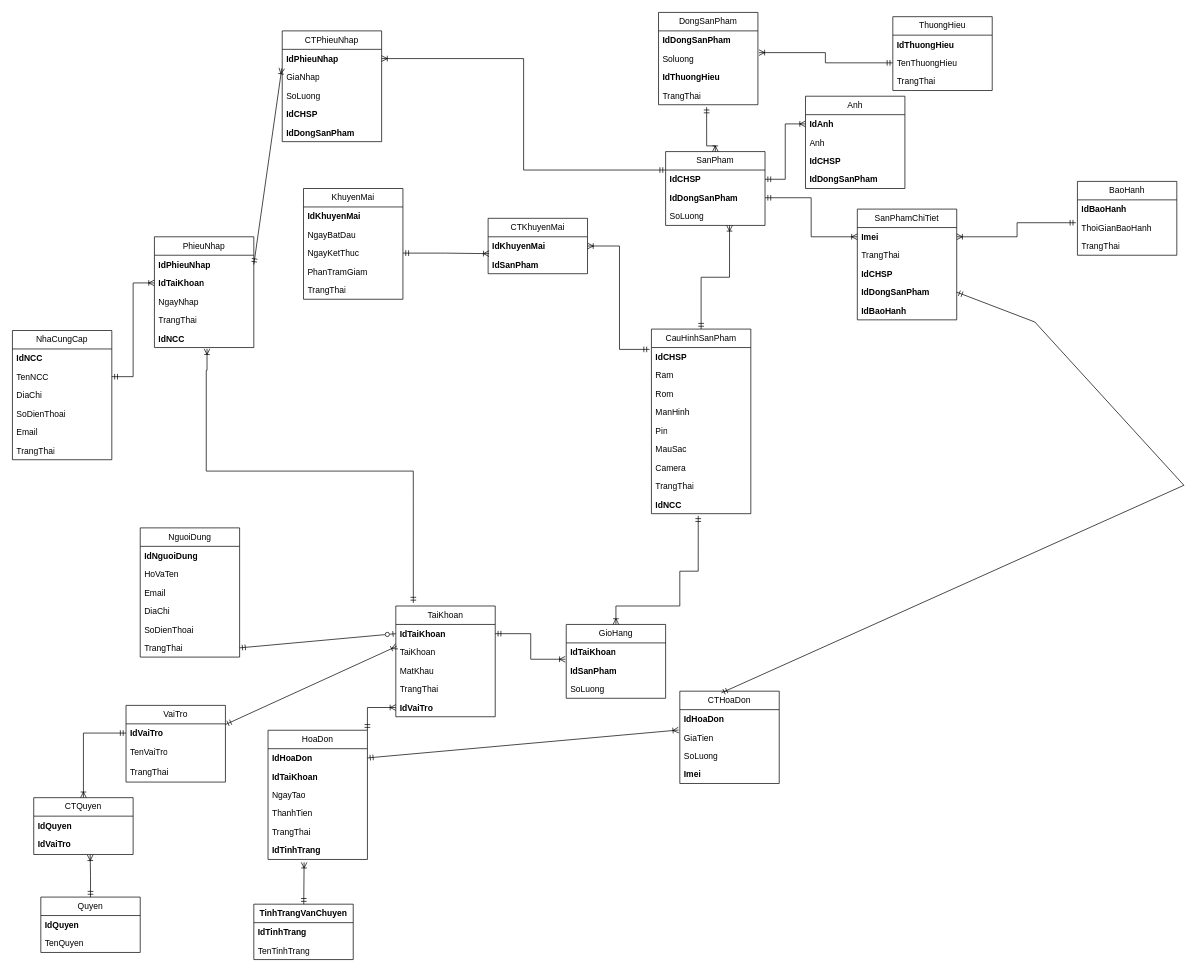
This is erd/CSDL.drawio from DBPCod/Web-NangCao, a draw.io file, before an edit. Source tidied: cells renumbered, new cells numbered last; positions are measured from the earlier drawing's top-left corner, leaving out a move shared by most shapes. Both pictures are drawn from the tidied source at 71%, with x=0, y=0 at pixel (12, 12).
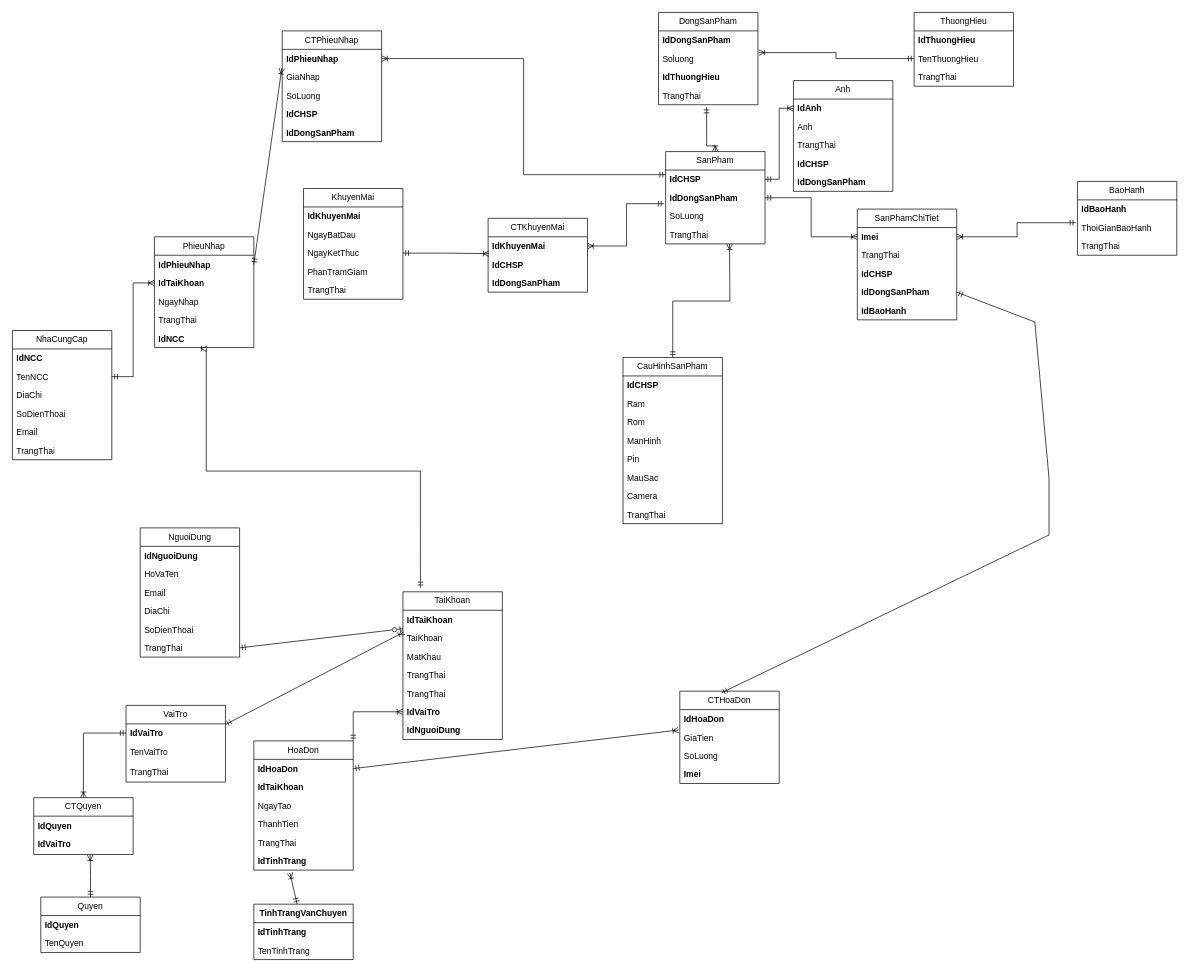
Above is the later version.

Unchanged cells that the change refers to:
```xml
<mxCell id="3" value="IdTaiKhoan" style="text;strokeColor=none;fillColor=none;align=left;verticalAlign=top;spacingLeft=4;spacingRight=4;overflow=hidden;points=[[0,0.5],[1,0.5]];portConstraint=eastwest;whiteSpace=wrap;html=1;fontStyle=1;" parent="2" vertex="1">
  <mxGeometry y="26" width="140" height="26" as="geometry" />
</mxCell>
<mxCell id="11" value="IdCHSP" style="text;strokeColor=none;fillColor=none;align=left;verticalAlign=top;spacingLeft=4;spacingRight=4;overflow=hidden;points=[[0,0.5],[1,0.5]];portConstraint=eastwest;whiteSpace=wrap;html=1;fontStyle=1;" parent="10" vertex="1">
  <mxGeometry y="26" width="140" height="26" as="geometry" />
</mxCell>
<mxCell id="29" value="CTHoaDon" style="swimlane;fontStyle=0;horizontal=1;startSize=26;fillColor=none;whiteSpace=wrap;html=1;" parent="1" vertex="1">
  <mxGeometry x="940" y="956" width="140" height="130" as="geometry" />
</mxCell>
<mxCell id="99" value="IdDongSanPham" style="text;strokeColor=none;fillColor=none;align=left;verticalAlign=top;spacingLeft=4;spacingRight=4;overflow=hidden;points=[[0,0.5],[1,0.5]];portConstraint=eastwest;whiteSpace=wrap;html=1;fontStyle=1;" parent="95" vertex="1">
  <mxGeometry y="104" width="140" height="26" as="geometry" />
</mxCell>
<mxCell id="108" value="IdKhuyenMai" style="text;strokeColor=none;fillColor=none;align=left;verticalAlign=top;spacingLeft=4;spacingRight=4;overflow=hidden;points=[[0,0.5],[1,0.5]];portConstraint=eastwest;whiteSpace=wrap;html=1;fontStyle=1;" parent="107" vertex="1">
  <mxGeometry y="26" width="140" height="26" as="geometry" />
</mxCell>
<mxCell id="115" value="SoLuong" style="text;strokeColor=none;fillColor=none;align=left;verticalAlign=top;spacingLeft=4;spacingRight=4;overflow=hidden;points=[[0,0.5],[1,0.5]];portConstraint=eastwest;whiteSpace=wrap;html=1;fontStyle=0;" parent="112" vertex="1">
  <mxGeometry y="78" width="140" height="26" as="geometry" />
</mxCell>
```

Diff of the diagram source:
```diff
@@
     <mxCell id="2" value="TaiKhoan" style="swimlane;fontStyle=0;horizontal=1;startSize=26;fillColor=none;whiteSpace=wrap;html=1;" parent="1" vertex="1">
-      <mxGeometry x="540" y="836" width="140" height="156" as="geometry" />
+      <mxGeometry x="550" y="816" width="140" height="208" as="geometry" />
     </mxCell>
@@
+    <mxCell id="132" value="TrangThai" style="text;strokeColor=none;fillColor=none;align=left;verticalAlign=top;spacingLeft=4;spacingRight=4;overflow=hidden;whiteSpace=wrap;html=1;" parent="2" vertex="1">
+      <mxGeometry y="130" width="140" height="26" as="geometry" />
+    </mxCell>
     <mxCell id="7" value="&lt;b&gt;IdVaiTro&lt;/b&gt;" style="text;strokeColor=none;fillColor=none;align=left;verticalAlign=top;spacingLeft=4;spacingRight=4;overflow=hidden;points=[[0,0.5],[1,0.5]];portConstraint=eastwest;whiteSpace=wrap;html=1;" parent="2" vertex="1">
-      <mxGeometry y="130" width="140" height="26" as="geometry" />
+      <mxGeometry y="156" width="140" height="26" as="geometry" />
     </mxCell>
+    <mxCell id="133" value="&lt;b&gt;IdNguoiDung&lt;/b&gt;" style="text;strokeColor=none;fillColor=none;align=left;verticalAlign=top;spacingLeft=4;spacingRight=4;overflow=hidden;whiteSpace=wrap;html=1;" parent="2" vertex="1">
+      <mxGeometry y="182" width="140" height="26" as="geometry" />
+    </mxCell>
@@
     <mxCell id="10" value="CauHinhSanPham" style="swimlane;fontStyle=0;horizontal=1;startSize=26;fillColor=none;whiteSpace=wrap;html=1;" parent="1" vertex="1">
-      <mxGeometry x="900" y="446" width="140" height="260" as="geometry" />
+      <mxGeometry x="860" y="486" width="140" height="234" as="geometry" />
     </mxCell>
@@
-    <mxCell id="19" value="IdNCC" style="text;strokeColor=none;fillColor=none;align=left;verticalAlign=top;spacingLeft=4;spacingRight=4;overflow=hidden;points=[[0,0.5],[1,0.5]];portConstraint=eastwest;whiteSpace=wrap;html=1;fontStyle=1;" parent="10" vertex="1">
-      <mxGeometry y="234" width="140" height="26" as="geometry" />
-    </mxCell>
     <mxCell id="20" style="rounded=0;jettySize=auto;html=1;entryX=0.419;entryY=0.018;entryDx=0;entryDy=0;endArrow=ERmandOne;endFill=0;startArrow=ERmandOne;startFill=0;entryPerimeter=0;exitX=1;exitY=0.5;exitDx=0;exitDy=0;" parent="1" edge="1" source="99" target="29">
       <mxGeometry relative="1" as="geometry">
         <Array as="points">
           <mxPoint x="1440" y="436" />
-          <mxPoint x="1650" y="666" />
+          <mxPoint x="1460" y="656" />
+          <mxPoint x="1460" y="736" />
         </Array>
       </mxGeometry>
     </mxCell>
@@
     <mxCell id="22" value="HoaDon" style="swimlane;fontStyle=0;horizontal=1;startSize=26;fillColor=none;whiteSpace=wrap;html=1;" parent="1" vertex="1">
-      <mxGeometry x="360" y="1011" width="140" height="182" as="geometry" />
+      <mxGeometry x="340" y="1026" width="140" height="182" as="geometry" />
     </mxCell>
@@
-    <mxCell id="80" value="GioHang" style="swimlane;fontStyle=0;horizontal=1;startSize=26;fillColor=none;whiteSpace=wrap;html=1;" parent="1" vertex="1">
-      <mxGeometry x="780" y="862" width="140" height="104" as="geometry" />
-    </mxCell>
-    <mxCell id="81" value="IdTaiKhoan" style="text;strokeColor=none;fillColor=none;align=left;verticalAlign=top;spacingLeft=4;spacingRight=4;overflow=hidden;points=[[0,0.5],[1,0.5]];portConstraint=eastwest;whiteSpace=wrap;html=1;fontStyle=1;" parent="80" vertex="1">
-      <mxGeometry y="26" width="140" height="26" as="geometry" />
-    </mxCell>
-    <mxCell id="82" value="IdSanPham" style="text;strokeColor=none;fillColor=none;align=left;verticalAlign=top;spacingLeft=4;spacingRight=4;overflow=hidden;whiteSpace=wrap;html=1;fontStyle=1;" parent="80" vertex="1">
-      <mxGeometry y="52" width="140" height="26" as="geometry" />
-    </mxCell>
-    <mxCell id="83" value="SoLuong" style="text;strokeColor=none;fillColor=none;align=left;verticalAlign=top;spacingLeft=4;spacingRight=4;overflow=hidden;whiteSpace=wrap;html=1;fontStyle=0;" parent="80" vertex="1">
-      <mxGeometry y="78" width="140" height="26" as="geometry" />
-    </mxCell>
-    <mxCell id="84" style="edgeStyle=orthogonalEdgeStyle;rounded=0;jettySize=auto;html=1;exitX=1;exitY=0.5;exitDx=0;exitDy=0;entryX=-0.01;entryY=0.885;entryDx=0;entryDy=0;entryPerimeter=0;endArrow=ERoneToMany;endFill=0;startArrow=ERmandOne;startFill=0;" parent="1" edge="1" source="3" target="81">
-      <mxGeometry relative="1" as="geometry" />
-    </mxCell>
-    <mxCell id="85" style="edgeStyle=orthogonalEdgeStyle;rounded=0;jettySize=auto;html=1;exitX=0.5;exitY=0;exitDx=0;exitDy=0;endArrow=ERmandOne;endFill=0;startArrow=ERoneToMany;startFill=0;entryX=0.471;entryY=1.114;entryDx=0;entryDy=0;entryPerimeter=0;" parent="1" edge="1" source="80" target="19">
-      <mxGeometry relative="1" as="geometry">
-        <Array as="points">
-          <mxPoint x="850" y="836" />
-          <mxPoint x="940" y="836" />
-          <mxPoint x="940" y="787" />
-        </Array>
-      </mxGeometry>
-    </mxCell>
@@
     <mxCell id="107" value="CTKhuyenMai" style="swimlane;fontStyle=0;horizontal=1;startSize=26;fillColor=none;whiteSpace=wrap;html=1;" parent="1" vertex="1">
-      <mxGeometry x="670" y="290" width="140" height="78" as="geometry" />
+      <mxGeometry x="670" y="290" width="140" height="104" as="geometry" />
     </mxCell>
@@
-    <mxCell id="109" value="IdSanPham" style="text;strokeColor=none;fillColor=none;align=left;verticalAlign=top;spacingLeft=4;spacingRight=4;overflow=hidden;whiteSpace=wrap;html=1;fontStyle=1;" parent="107" vertex="1">
+    <mxCell id="109" value="IdCHSP" style="text;strokeColor=none;fillColor=none;align=left;verticalAlign=top;spacingLeft=4;spacingRight=4;overflow=hidden;whiteSpace=wrap;html=1;fontStyle=1;" parent="107" vertex="1">
       <mxGeometry y="52" width="140" height="26" as="geometry" />
     </mxCell>
-    <mxCell id="110" style="edgeStyle=orthogonalEdgeStyle;rounded=0;jettySize=auto;html=1;exitX=1;exitY=0.5;exitDx=0;exitDy=0;entryX=-0.019;entryY=0.1;entryDx=0;entryDy=0;entryPerimeter=0;endArrow=ERmandOne;endFill=0;startArrow=ERoneToMany;startFill=0;" parent="1" edge="1" source="108" target="11">
-      <mxGeometry relative="1" as="geometry" />
-    </mxCell>
+    <mxCell id="134" value="IdDongSanPham" style="text;strokeColor=none;fillColor=none;align=left;verticalAlign=top;spacingLeft=4;spacingRight=4;overflow=hidden;whiteSpace=wrap;html=1;fontStyle=1;" parent="107" vertex="1">
+      <mxGeometry y="78" width="140" height="26" as="geometry" />
+    </mxCell>
@@
     <mxCell id="112" value="SanPham" style="swimlane;fontStyle=0;horizontal=1;startSize=26;fillColor=none;whiteSpace=wrap;html=1;" parent="1" vertex="1">
-      <mxGeometry x="920" y="196" width="140" height="104" as="geometry" />
+      <mxGeometry x="920" y="196" width="140" height="130" as="geometry" />
     </mxCell>
@@
+    <mxCell id="135" value="TrangThai" style="text;strokeColor=none;fillColor=none;align=left;verticalAlign=top;spacingLeft=4;spacingRight=4;overflow=hidden;whiteSpace=wrap;html=1;fontStyle=0;" parent="112" vertex="1">
+      <mxGeometry y="104" width="140" height="26" as="geometry" />
+    </mxCell>
-    <mxCell id="116" style="edgeStyle=orthogonalEdgeStyle;rounded=0;jettySize=auto;html=1;exitX=0.5;exitY=0;exitDx=0;exitDy=0;endArrow=ERoneToMany;endFill=0;startArrow=ERmandOne;startFill=0;entryX=0.643;entryY=1;entryDx=0;entryDy=0;entryPerimeter=0;" parent="1" edge="1" source="10" target="115">
-      <mxGeometry relative="1" as="geometry" />
+    <mxCell id="116" style="edgeStyle=orthogonalEdgeStyle;rounded=0;jettySize=auto;html=1;exitX=0.5;exitY=0;exitDx=0;exitDy=0;endArrow=ERoneToMany;endFill=0;startArrow=ERmandOne;startFill=0;" parent="1" edge="1" source="10">
+      <mxGeometry relative="1" as="geometry">
+        <mxPoint x="1010" y="326" as="targetPoint" />
+      </mxGeometry>
     </mxCell>
@@
     <mxCell id="121" value="ThuongHieu" style="swimlane;fontStyle=0;horizontal=1;startSize=26;fillColor=none;whiteSpace=wrap;html=1;glass=0;rounded=0;shadow=0;" parent="1" vertex="1">
-      <mxGeometry x="1240" y="6" width="140" height="104" as="geometry" />
+      <mxGeometry x="1270" width="140" height="104" as="geometry" />
     </mxCell>
@@
     <mxCell id="126" value="Anh" style="swimlane;fontStyle=0;horizontal=1;startSize=26;fillColor=none;whiteSpace=wrap;html=1;" parent="1" vertex="1">
-      <mxGeometry x="1117" y="118" width="140" height="130" as="geometry" />
+      <mxGeometry x="1100" y="96" width="140" height="156" as="geometry" />
     </mxCell>
@@
-    <mxCell id="129" value="IdCHSP" style="text;strokeColor=none;fillColor=none;align=left;verticalAlign=top;spacingLeft=4;spacingRight=4;overflow=hidden;whiteSpace=wrap;html=1;fontStyle=1;" parent="126" vertex="1">
+    <mxCell id="129" value="TrangThai" style="text;strokeColor=none;fillColor=none;align=left;verticalAlign=top;spacingLeft=4;spacingRight=4;overflow=hidden;whiteSpace=wrap;html=1;fontStyle=0;" parent="126" vertex="1">
       <mxGeometry y="78" width="140" height="26" as="geometry" />
     </mxCell>
+    <mxCell id="136" value="IdCHSP" style="text;strokeColor=none;fillColor=none;align=left;verticalAlign=top;spacingLeft=4;spacingRight=4;overflow=hidden;whiteSpace=wrap;html=1;fontStyle=1;" parent="126" vertex="1">
+      <mxGeometry y="104" width="140" height="26" as="geometry" />
+    </mxCell>
     <mxCell id="130" value="IdDongSanPham" style="text;strokeColor=none;fillColor=none;align=left;verticalAlign=top;spacingLeft=4;spacingRight=4;overflow=hidden;whiteSpace=wrap;html=1;fontStyle=1;" parent="126" vertex="1">
-      <mxGeometry y="104" width="140" height="26" as="geometry" />
+      <mxGeometry y="130" width="140" height="26" as="geometry" />
     </mxCell>
@@
+    <mxCell id="137" style="edgeStyle=orthogonalEdgeStyle;rounded=0;jettySize=auto;html=1;exitX=1;exitY=0.5;exitDx=0;exitDy=0;entryX=-0.016;entryY=-0.177;entryDx=0;entryDy=0;entryPerimeter=0;endArrow=ERmandOne;endFill=0;startArrow=ERoneToMany;startFill=0;" parent="1" edge="1" source="108" target="115">
+      <mxGeometry relative="1" as="geometry" />
+    </mxCell>
```
